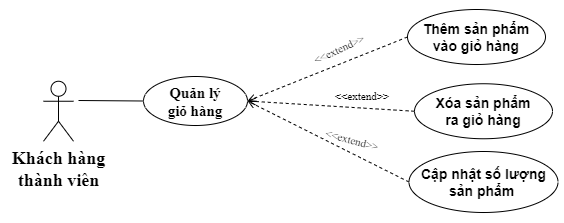
Above: SODO/Usecase/QL Giỏ hàng.drawio.png in khuevotan/TaiCamRanh_DATN (draw.io), before the change. Source tidied: cells renumbered, new cells last; positions are measured from the earlier drawing's top-left corner, leaving out a move shared by most shapes.
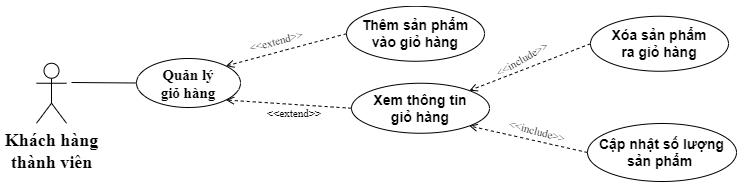
After the change.

Diff of the diagram source:
```diff
@@ -14,31 +14,40 @@
       </mxGeometry>
     </mxCell>
     <mxCell id="5" value="&lt;b&gt;Thêm sản phẩm &lt;br&gt;vào giỏ hàng&lt;/b&gt;" style="ellipse;whiteSpace=wrap;html=1;fontSize=14;" parent="1" vertex="1">
-      <mxGeometry x="364" width="138" height="55" as="geometry" />
+      <mxGeometry x="310" y="14.8" width="138" height="55" as="geometry" />
     </mxCell>
-    <mxCell id="6" style="edgeStyle=none;html=1;endArrow=open;verticalAlign=bottom;dashed=1;labelBackgroundColor=none;rounded=0;fontSize=15;entryX=1;entryY=0.5;entryDx=0;entryDy=0;exitX=0;exitY=0.5;exitDx=0;exitDy=0;" parent="1" edge="1" source="5" target="3">
+    <mxCell id="6" style="edgeStyle=none;html=1;endArrow=open;verticalAlign=bottom;dashed=1;labelBackgroundColor=none;rounded=0;fontSize=15;entryX=1;entryY=0;entryDx=0;entryDy=0;exitX=0;exitY=0.5;exitDx=0;exitDy=0;" parent="1" edge="1" source="5" target="3">
       <mxGeometry relative="1" as="geometry" />
     </mxCell>
-    <mxCell id="7" value="&lt;font style=&quot;font-size: 11px;&quot;&gt;&amp;lt;&amp;lt;extend&amp;gt;&amp;gt;&lt;/font&gt;" style="text;html=1;strokeColor=none;fillColor=none;align=center;verticalAlign=middle;whiteSpace=wrap;rounded=0;fontFamily=Times New Roman;fontSize=11;rotation=-25;fontStyle=0;" parent="1" vertex="1">
-      <mxGeometry x="266" y="25" width="60" height="30" as="geometry" />
+    <mxCell id="7" value="&lt;font style=&quot;font-size: 11px;&quot;&gt;&amp;lt;&amp;lt;extend&amp;gt;&amp;gt;&lt;/font&gt;" style="text;html=1;strokeColor=none;fillColor=none;align=center;verticalAlign=middle;whiteSpace=wrap;rounded=0;fontFamily=Times New Roman;fontSize=11;rotation=0;fontStyle=0;" parent="1" vertex="1">
+      <mxGeometry x="228" y="107" width="60" height="30" as="geometry" />
     </mxCell>
     <mxCell id="8" value="&lt;b&gt;Xóa sản phẩm &lt;br&gt;ra giỏ hàng&lt;/b&gt;" style="ellipse;whiteSpace=wrap;html=1;fontSize=14;" parent="1" vertex="1">
-      <mxGeometry x="371" y="74.2" width="138" height="55" as="geometry" />
+      <mxGeometry x="554" y="24.8" width="138" height="55" as="geometry" />
     </mxCell>
-    <mxCell id="9" style="edgeStyle=none;html=1;endArrow=open;verticalAlign=bottom;dashed=1;labelBackgroundColor=none;rounded=0;fontSize=15;entryX=1;entryY=0.5;entryDx=0;entryDy=0;exitX=0;exitY=0.5;exitDx=0;exitDy=0;" parent="1" edge="1" source="8" target="3">
+    <mxCell id="9" style="edgeStyle=none;html=1;endArrow=open;verticalAlign=bottom;dashed=1;labelBackgroundColor=none;rounded=0;fontSize=15;entryX=1;entryY=0;entryDx=0;entryDy=0;exitX=0;exitY=0.5;exitDx=0;exitDy=0;" parent="1" edge="1" source="8" target="14">
       <mxGeometry relative="1" as="geometry" />
     </mxCell>
-    <mxCell id="10" value="&lt;font style=&quot;font-size: 11px;&quot;&gt;&amp;lt;&amp;lt;extend&amp;gt;&amp;gt;&lt;/font&gt;" style="text;html=1;strokeColor=none;fillColor=none;align=center;verticalAlign=middle;whiteSpace=wrap;rounded=0;fontFamily=Times New Roman;fontSize=11;rotation=0;fontStyle=0;" parent="1" vertex="1">
-      <mxGeometry x="289" y="71.8" width="60" height="30" as="geometry" />
-    </mxCell>
     <mxCell id="11" value="&lt;b&gt;Cập nhật số lượng sản phẩm&amp;nbsp;&lt;/b&gt;" style="ellipse;whiteSpace=wrap;html=1;fontSize=14;" parent="1" vertex="1">
-      <mxGeometry x="365.5" y="142" width="149" height="61" as="geometry" />
+      <mxGeometry x="551" y="132" width="149" height="58" as="geometry" />
     </mxCell>
-    <mxCell id="12" value="&lt;font style=&quot;font-size: 11px;&quot;&gt;&amp;lt;&amp;lt;extend&amp;gt;&amp;gt;&lt;/font&gt;" style="text;html=1;strokeColor=none;fillColor=none;align=center;verticalAlign=middle;whiteSpace=wrap;rounded=0;fontFamily=Times New Roman;fontSize=11;rotation=15;fontStyle=0;" parent="1" vertex="1">
-      <mxGeometry x="279" y="116" width="60" height="30" as="geometry" />
-    </mxCell>
-    <mxCell id="13" style="edgeStyle=none;html=1;endArrow=open;verticalAlign=bottom;dashed=1;labelBackgroundColor=none;rounded=0;fontSize=15;entryX=1;entryY=0.5;entryDx=0;entryDy=0;exitX=0;exitY=0.5;exitDx=0;exitDy=0;" parent="1" edge="1" source="11" target="3">
+    <mxCell id="13" style="edgeStyle=none;html=1;endArrow=open;verticalAlign=bottom;dashed=1;labelBackgroundColor=none;rounded=0;fontSize=15;exitX=0;exitY=0.5;exitDx=0;exitDy=0;entryX=1;entryY=1;entryDx=0;entryDy=0;" parent="1" edge="1" source="11" target="14">
       <mxGeometry relative="1" as="geometry" />
     </mxCell>
+    <mxCell id="14" value="&lt;b&gt;Xem thông tin &lt;br&gt;giỏ hàng&lt;/b&gt;" style="ellipse;whiteSpace=wrap;html=1;fontSize=14;" parent="1" vertex="1">
+      <mxGeometry x="315" y="91.8" width="138" height="50" as="geometry" />
+    </mxCell>
+    <mxCell id="15" style="edgeStyle=none;html=1;endArrow=open;verticalAlign=bottom;dashed=1;labelBackgroundColor=none;rounded=0;fontSize=15;entryX=1;entryY=1;entryDx=0;entryDy=0;exitX=0;exitY=0.5;exitDx=0;exitDy=0;" parent="1" edge="1" source="14" target="3">
+      <mxGeometry relative="1" as="geometry" />
+    </mxCell>
+    <mxCell id="16" value="&lt;font style=&quot;font-size: 11px;&quot;&gt;&amp;lt;&amp;lt;extend&amp;gt;&amp;gt;&lt;/font&gt;" style="text;html=1;strokeColor=none;fillColor=none;align=center;verticalAlign=middle;whiteSpace=wrap;rounded=0;fontFamily=Times New Roman;fontSize=11;rotation=-15;fontStyle=0;" parent="1" vertex="1">
+      <mxGeometry x="210" y="37" width="60" height="25.2" as="geometry" />
+    </mxCell>
+    <mxCell id="17" value="&lt;font style=&quot;font-size: 11px;&quot;&gt;&amp;lt;&amp;lt;include&amp;gt;&amp;gt;&lt;/font&gt;" style="text;html=1;strokeColor=none;fillColor=none;align=center;verticalAlign=middle;whiteSpace=wrap;rounded=0;fontFamily=Times New Roman;fontSize=11;rotation=-30;fontStyle=0;" parent="1" vertex="1">
+      <mxGeometry x="456" y="53" width="60" height="30" as="geometry" />
+    </mxCell>
+    <mxCell id="18" value="&lt;font style=&quot;font-size: 11px;&quot;&gt;&amp;lt;&amp;lt;include&amp;gt;&amp;gt;&lt;/font&gt;" style="text;html=1;strokeColor=none;fillColor=none;align=center;verticalAlign=middle;whiteSpace=wrap;rounded=0;fontFamily=Times New Roman;fontSize=11;rotation=15;fontStyle=0;" parent="1" vertex="1">
+      <mxGeometry x="471" y="125" width="60" height="30" as="geometry" />
+    </mxCell>
   </root>
 </mxGraphModel>
```
